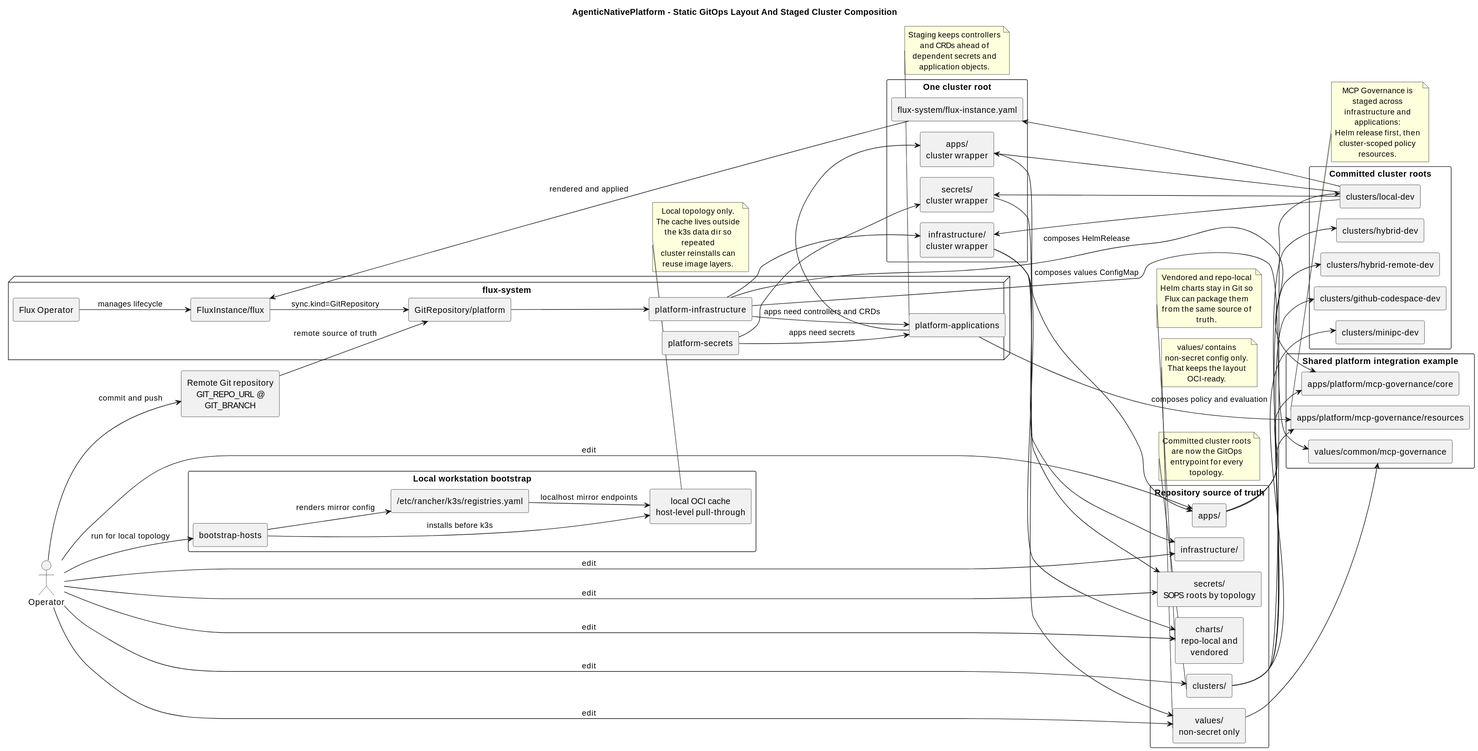
This is .assets/architecture-current-profiles.svg from Shkirmantsev/AgenticNativePlatform, a PlantUML export, as it was before one commit.
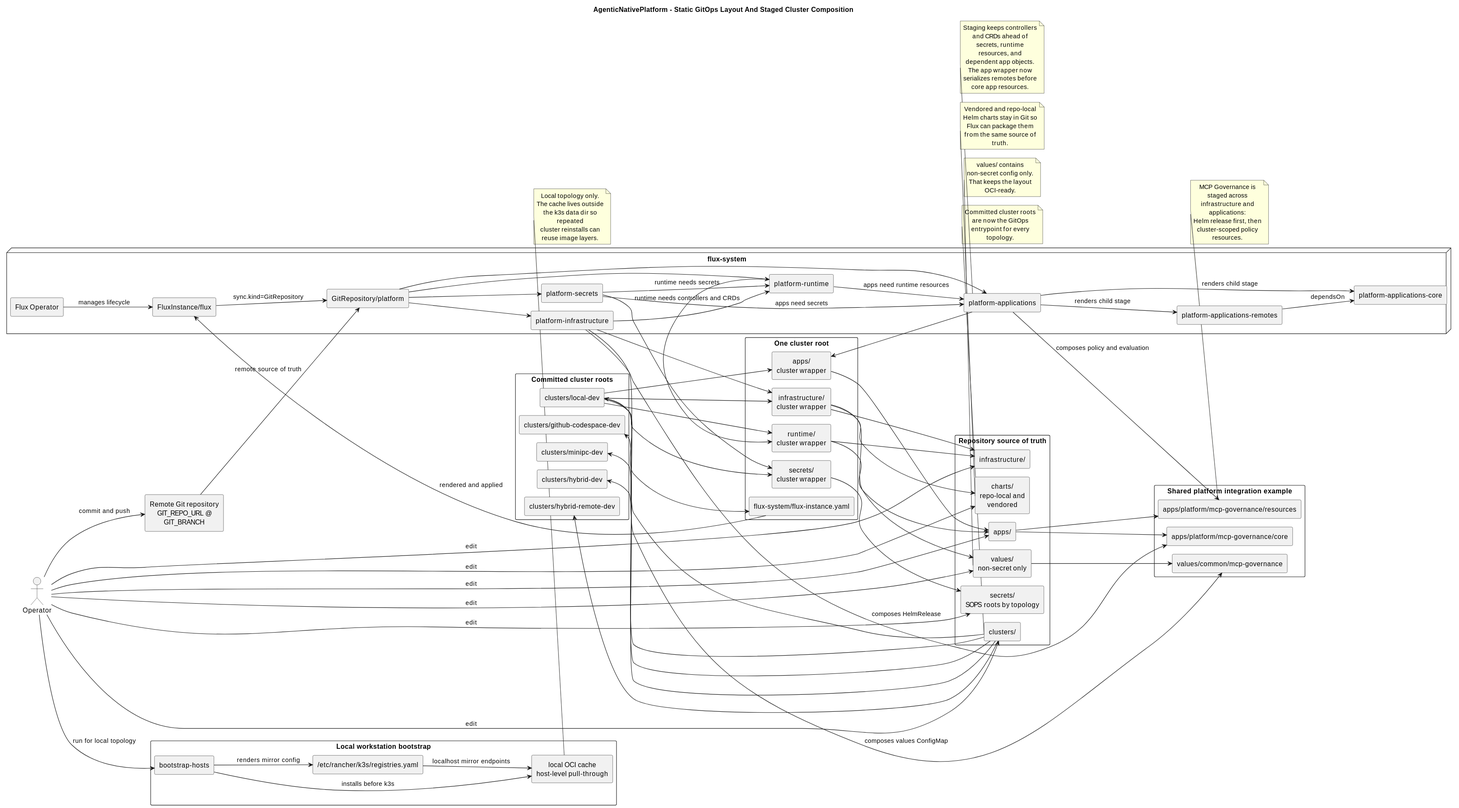
After the change.

Change to the diagram source:
```diff
@@ -46,6 +46,7 @@
   component "flux-system/flux-instance.yaml" as ClusterFluxInstance
   component "infrastructure/\ncluster wrapper" as ClusterInfrastructure
   component "secrets/\ncluster wrapper" as ClusterSecrets
+  component "runtime/\ncluster wrapper" as ClusterRuntime
   component "apps/\ncluster wrapper" as ClusterApps
 }
 
@@ -55,7 +56,10 @@
   component "GitRepository/platform" as GitRepository
   component "platform-infrastructure" as PlatformInfrastructure
   component "platform-secrets" as PlatformSecrets
+  component "platform-runtime" as PlatformRuntime
   component "platform-applications" as PlatformApplications
+  component "platform-applications-remotes" as PlatformApplicationsRemotes
+  component "platform-applications-core" as PlatformApplicationsCore
 }
 
 Operator --> RepoClusters : edit
@@ -76,6 +80,7 @@
 ClusterLocal --> ClusterFluxInstance
 ClusterLocal --> ClusterInfrastructure
 ClusterLocal --> ClusterSecrets
+ClusterLocal --> ClusterRuntime
 ClusterLocal --> ClusterApps
 
 FluxOperator --> FluxInstance : manages lifecycle
@@ -88,17 +93,28 @@
 K3sRegistries --> LocalOciCache : localhost mirror endpoints
 
 GitRepository --> PlatformInfrastructure
-PlatformInfrastructure --> PlatformApplications : apps need controllers and CRDs
+GitRepository --> PlatformSecrets
+GitRepository --> PlatformRuntime
+GitRepository --> PlatformApplications
+PlatformInfrastructure --> PlatformRuntime : runtime needs controllers and CRDs
+PlatformSecrets --> PlatformRuntime : runtime needs secrets
+PlatformRuntime --> PlatformApplications : apps need runtime resources
 PlatformSecrets --> PlatformApplications : apps need secrets
 
 PlatformInfrastructure --> ClusterInfrastructure
 PlatformSecrets --> ClusterSecrets
+PlatformRuntime --> ClusterRuntime
 PlatformApplications --> ClusterApps
+PlatformApplications --> PlatformApplicationsRemotes : renders child stage
+PlatformApplications --> PlatformApplicationsCore : renders child stage
+PlatformApplicationsRemotes --> PlatformApplicationsCore : dependsOn
 
 ClusterInfrastructure --> RepoInfrastructure
 ClusterInfrastructure --> RepoCharts
 ClusterInfrastructure --> RepoValues
 ClusterSecrets --> RepoSecrets
+ClusterRuntime --> RepoInfrastructure
+ClusterRuntime --> RepoApps
 ClusterApps --> RepoApps
 RepoValues --> MCPGValues
 RepoApps --> MCPGCore
@@ -119,7 +135,8 @@
 
 note bottom of PlatformApplications
 Staging keeps controllers and CRDs ahead of
-dependent secrets and application objects.
+secrets, runtime resources, and dependent app objects.
+The app wrapper now serializes remotes before core app resources.
 end note
 
 note bottom of RepoCharts
```
